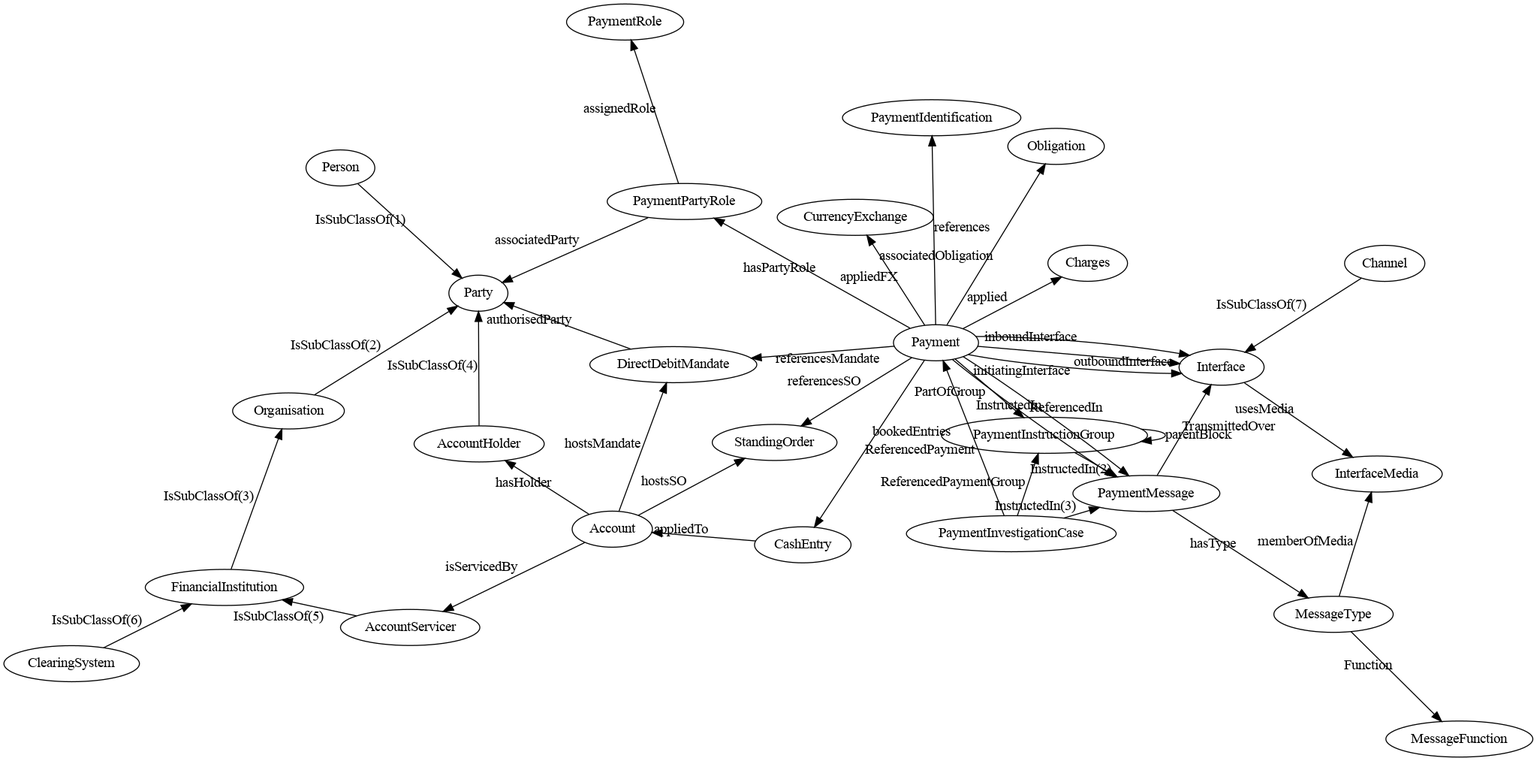
Above: IDE/Root.gv.png in MrTomKimber/datamodels (Graphviz), before the change. Its source is kept beside it as IDE/Root.gv.
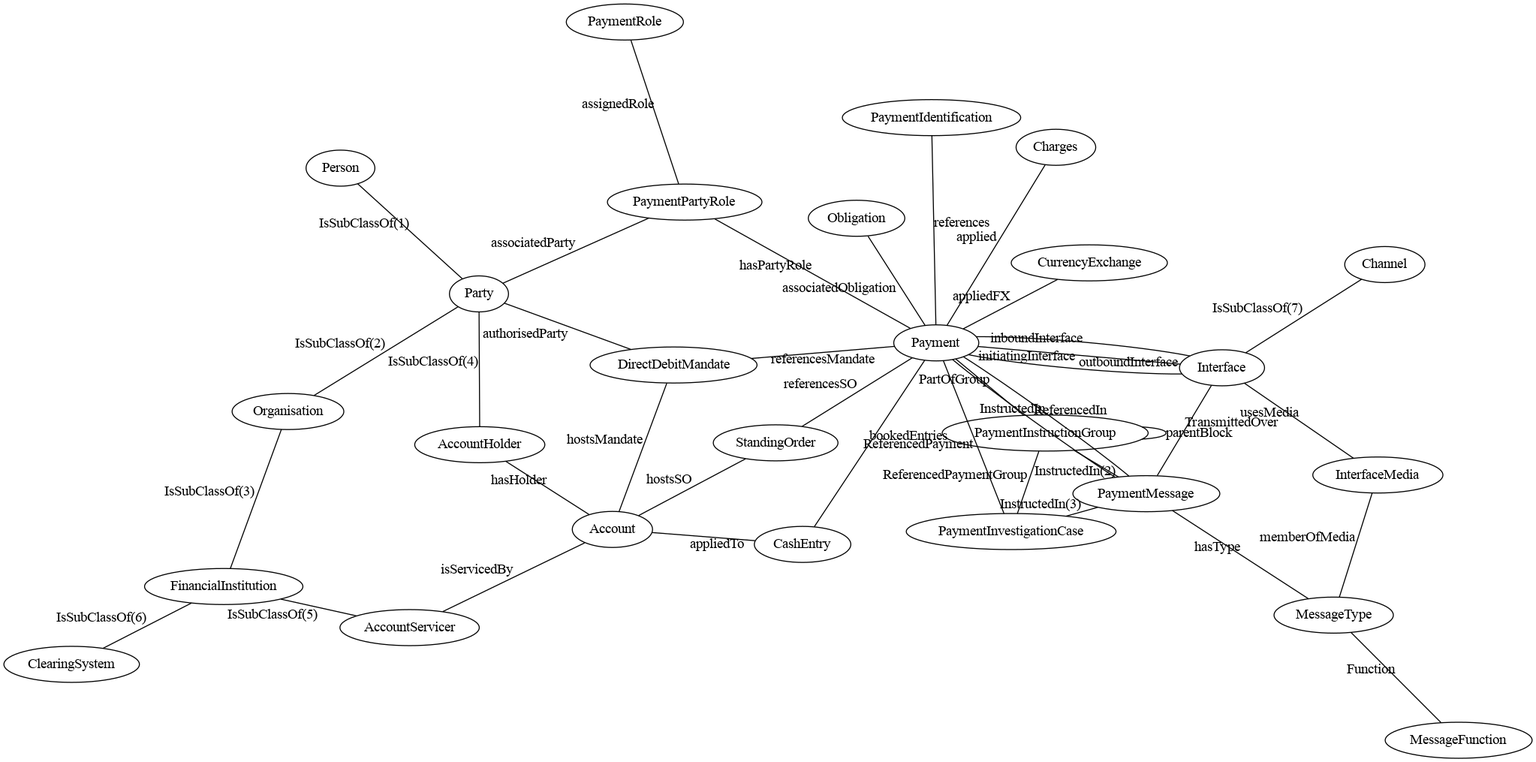
Later version of the same file.

Commit message:
optional include of attribute descriptions in mermaid erDiagram)

What changed in the source:
```diff
@@ -1,4 +1,4 @@
-digraph Root {
+graph Root {
 	subgraph cluster_Payments {
 		subgraph cluster_Accounts {
 			Account
@@ -7,18 +7,18 @@
 			CashEntry
 			DirectDebitMandate
 			StandingOrder
-			Account -> AccountHolder [label=hasHolder]
-			Account -> DirectDebitMandate [label=hostsMandate]
-			Account -> StandingOrder [label=hostsSO]
-			Account -> AccountServicer [label=isServicedBy]
-			CashEntry -> Account [label=appliedTo]
+			Account -- AccountHolder [label=hasHolder]
+			Account -- DirectDebitMandate [label=hostsMandate]
+			Account -- StandingOrder [label=hostsSO]
+			Account -- AccountServicer [label=isServicedBy]
+			CashEntry -- Account [label=appliedTo]
 		}
 		subgraph cluster_Interface {
 			Channel
 			Interface
 			InterfaceMedia
-			Channel -> Interface [label="IsSubClassOf(7)"]
-			Interface -> InterfaceMedia [label=usesMedia]
+			Channel -- Interface [label="IsSubClassOf(7)"]
+			Interface -- InterfaceMedia [label=usesMedia]
 		}
 		subgraph cluster_Investigation {
 			PaymentInvestigationCase
@@ -27,8 +27,8 @@
 			MessageFunction
 			MessageType
 			PaymentMessage
-			MessageType -> MessageFunction [label=Function]
-			PaymentMessage -> MessageType [label=hasType]
+			MessageType -- MessageFunction [label=Function]
+			PaymentMessage -- MessageType [label=hasType]
 		}
 		subgraph cluster_Party {
 			ClearingSystem
@@ -37,51 +37,47 @@
 			Party
 			PaymentRole
 			Person
-			ClearingSystem -> FinancialInstitution [label="IsSubClassOf(6)"]
-			FinancialInstitution -> Organisation [label="IsSubClassOf(3)"]
-			Organisation -> Party [label="IsSubClassOf(2)"]
-			Person -> Party [label="IsSubClassOf(1)"]
+			ClearingSystem -- FinancialInstitution [label="IsSubClassOf(6)"]
+			FinancialInstitution -- Organisation [label="IsSubClassOf(3)"]
+			Organisation -- Party [label="IsSubClassOf(2)"]
+			Person -- Party [label="IsSubClassOf(1)"]
 		}
 		subgraph cluster_Payment {
+			Charges
+			CurrencyExchange
+			Obligation
 			Payment
+			PaymentIdentification
 			PaymentInstructionGroup
 			PaymentPartyRole
-			subgraph cluster_PaymentDetails {
-				CurrencyExchange
-				Obligation
-				PaymentIdentification
-				subgraph cluster_PaymentDetailsLevel2 {
-					Charges
-				}
-			}
-			Payment -> PaymentInstructionGroup [label=PartOfGroup]
-			Payment -> Charges [label=applied]
-			Payment -> CurrencyExchange [label=appliedFX]
-			Payment -> Obligation [label=associatedObligation]
-			Payment -> PaymentPartyRole [label=hasPartyRole]
-			Payment -> PaymentIdentification [label=references]
-			PaymentInstructionGroup -> PaymentInstructionGroup [label=parentBlock]
+			Payment -- PaymentInstructionGroup [label=PartOfGroup]
+			Payment -- Charges [label=applied]
+			Payment -- CurrencyExchange [label=appliedFX]
+			Payment -- Obligation [label=associatedObligation]
+			Payment -- PaymentPartyRole [label=hasPartyRole]
+			Payment -- PaymentIdentification [label=references]
+			PaymentInstructionGroup -- PaymentInstructionGroup [label=parentBlock]
 		}
 		subgraph cluster_Processing {
 		}
-		AccountHolder -> Party [label="IsSubClassOf(4)"]
-		AccountServicer -> FinancialInstitution [label="IsSubClassOf(5)"]
-		DirectDebitMandate -> Party [label=authorisedParty]
-		MessageType -> InterfaceMedia [label=memberOfMedia]
-		Payment -> PaymentMessage [label=InstructedIn]
-		Payment -> PaymentMessage [label=ReferencedIn]
-		Payment -> CashEntry [label=bookedEntries]
-		Payment -> Interface [label=inboundInterface]
-		Payment -> Interface [label=initiatingInterface]
-		Payment -> Interface [label=outboundInterface]
-		Payment -> DirectDebitMandate [label=referencesMandate]
-		Payment -> StandingOrder [label=referencesSO]
-		PaymentInstructionGroup -> PaymentMessage [label="InstructedIn(2)"]
-		PaymentInvestigationCase -> PaymentMessage [label="InstructedIn(3)"]
-		PaymentInvestigationCase -> Payment [label=ReferencedPayment]
-		PaymentInvestigationCase -> PaymentInstructionGroup [label=ReferencedPaymentGroup]
-		PaymentMessage -> Interface [label=TransmittedOver]
-		PaymentPartyRole -> PaymentRole [label=assignedRole]
-		PaymentPartyRole -> Party [label=associatedParty]
+		AccountHolder -- Party [label="IsSubClassOf(4)"]
+		AccountServicer -- FinancialInstitution [label="IsSubClassOf(5)"]
+		DirectDebitMandate -- Party [label=authorisedParty]
+		MessageType -- InterfaceMedia [label=memberOfMedia]
+		Payment -- PaymentMessage [label=InstructedIn]
+		Payment -- PaymentMessage [label=ReferencedIn]
+		Payment -- CashEntry [label=bookedEntries]
+		Payment -- Interface [label=inboundInterface]
+		Payment -- Interface [label=initiatingInterface]
+		Payment -- Interface [label=outboundInterface]
+		Payment -- DirectDebitMandate [label=referencesMandate]
+		Payment -- StandingOrder [label=referencesSO]
+		PaymentInstructionGroup -- PaymentMessage [label="InstructedIn(2)"]
+		PaymentInvestigationCase -- PaymentMessage [label="InstructedIn(3)"]
+		PaymentInvestigationCase -- Payment [label=ReferencedPayment]
+		PaymentInvestigationCase -- PaymentInstructionGroup [label=ReferencedPaymentGroup]
+		PaymentMessage -- Interface [label=TransmittedOver]
+		PaymentPartyRole -- PaymentRole [label=assignedRole]
+		PaymentPartyRole -- Party [label=associatedParty]
 	}
 }
```
